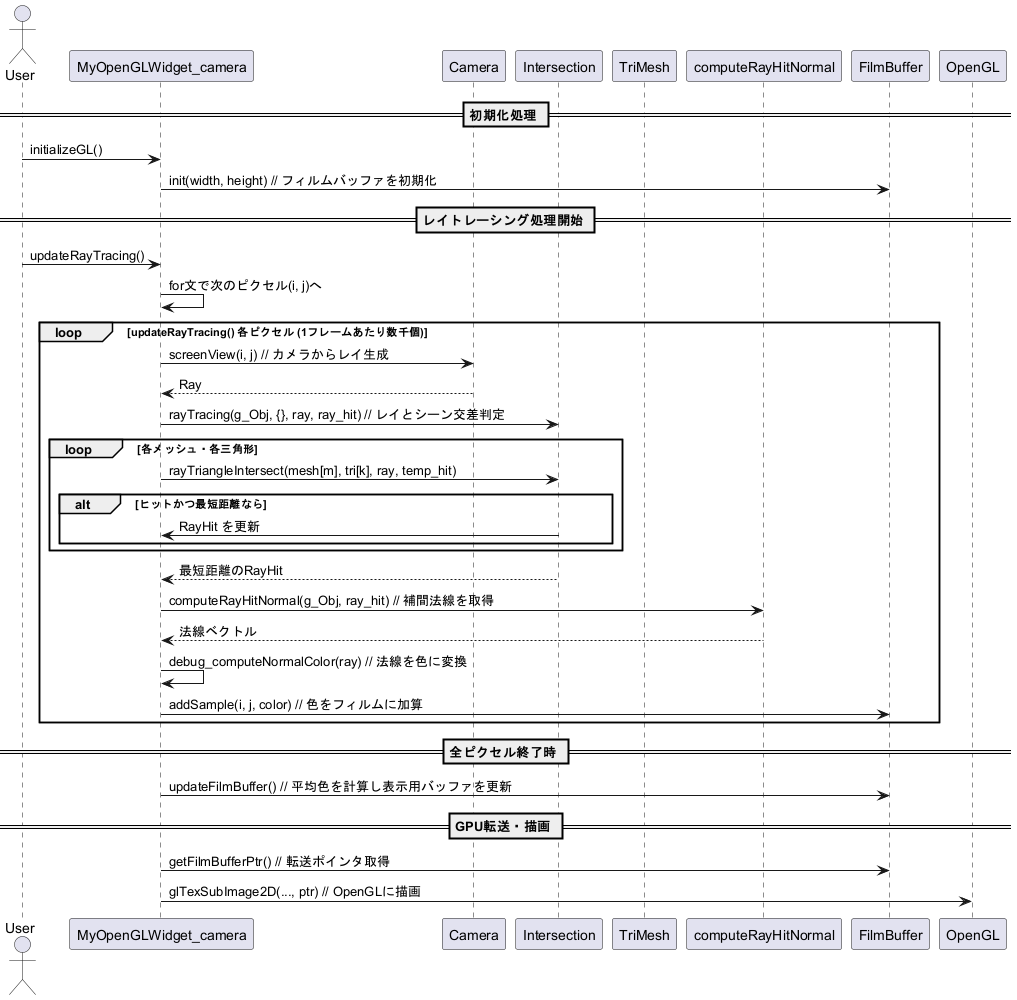
Before: html/inline_umlgraph_23.png, a diagram exported from PlantUML (ChihiroYamashita/cg-repo).
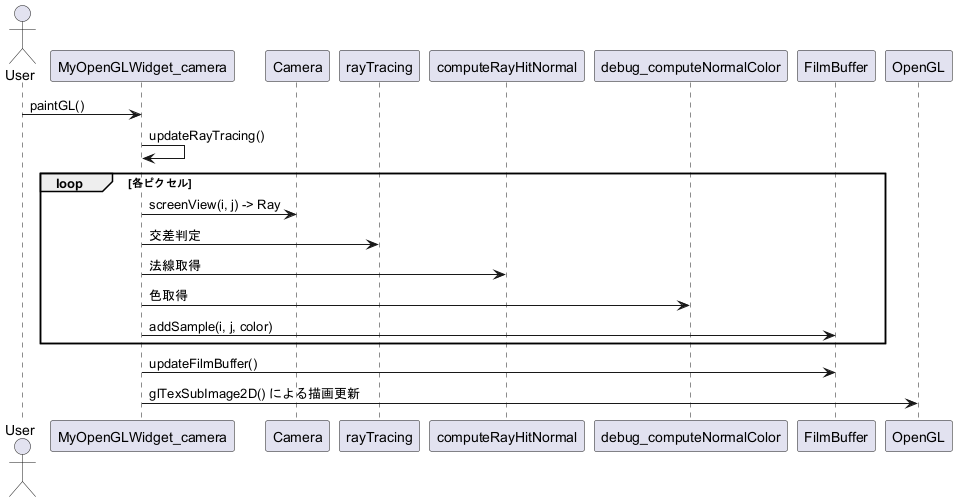
Later version of the same file.

Diff of the diagram source:
```diff
@@ -1,47 +1,16 @@
 @startuml inline_umlgraph_23.png
 actor User
-participant MyOpenGLWidget_camera
-participant Camera
-participant Intersection
-participant TriMesh
-participant Geometry as "computeRayHitNormal"
-participant FilmBuffer
-participant OpenGL
+User -> MyOpenGLWidget_camera : paintGL()
+MyOpenGLWidget_camera -> MyOpenGLWidget_camera : updateRayTracing()
 
-== 初期化処理 ==
-User -> MyOpenGLWidget_camera : initializeGL()
-MyOpenGLWidget_camera -> FilmBuffer : init(width, height) // フィルムバッファを初期化
-
-== レイトレーシング処理開始 ==
-User -> MyOpenGLWidget_camera : updateRayTracing()
-MyOpenGLWidget_camera -> MyOpenGLWidget_camera : for文で次のピクセル(i, j)へ
-
-loop updateRayTracing() 各ピクセル (1フレームあたり数千個)
-    MyOpenGLWidget_camera -> Camera : screenView(i, j) // カメラからレイ生成
-    Camera --> MyOpenGLWidget_camera : Ray
-
-    MyOpenGLWidget_camera -> Intersection : rayTracing(g_Obj, {}, ray, ray_hit) // レイとシーン交差判定
-
-    loop 各メッシュ・各三角形
-    MyOpenGLWidget_camera -> Intersection : rayTriangleIntersect(mesh[m], tri[k], ray, temp_hit)
-    alt ヒットかつ最短距離なら
-        Intersection -> MyOpenGLWidget_camera : RayHit を更新
-    end
-end
-    Intersection --> MyOpenGLWidget_camera : 最短距離のRayHit
-
-    MyOpenGLWidget_camera -> Geometry : computeRayHitNormal(g_Obj, ray_hit) // 補間法線を取得
-    Geometry --> MyOpenGLWidget_camera : 法線ベクトル
-
-    MyOpenGLWidget_camera -> MyOpenGLWidget_camera : debug_computeNormalColor(ray) // 法線を色に変換
-    MyOpenGLWidget_camera -> FilmBuffer : addSample(i, j, color) // 色をフィルムに加算
+loop 各ピクセル
+    MyOpenGLWidget_camera -> Camera : screenView(i, j) -> Ray
+    MyOpenGLWidget_camera -> rayTracing : 交差判定
+    MyOpenGLWidget_camera -> computeRayHitNormal : 法線取得
+    MyOpenGLWidget_camera -> debug_computeNormalColor : 色取得
+    MyOpenGLWidget_camera -> FilmBuffer : addSample(i, j, color)
 end
 
-
-== 全ピクセル終了時 ==
-MyOpenGLWidget_camera -> FilmBuffer : updateFilmBuffer() // 平均色を計算し表示用バッファを更新
-
-== GPU転送・描画 ==
-MyOpenGLWidget_camera -> FilmBuffer : getFilmBufferPtr() // 転送ポインタ取得
-MyOpenGLWidget_camera -> OpenGL : glTexSubImage2D(..., ptr) // OpenGLに描画
+MyOpenGLWidget_camera -> FilmBuffer : updateFilmBuffer()
+MyOpenGLWidget_camera -> OpenGL : glTexSubImage2D() による描画更新
 @enduml
```
